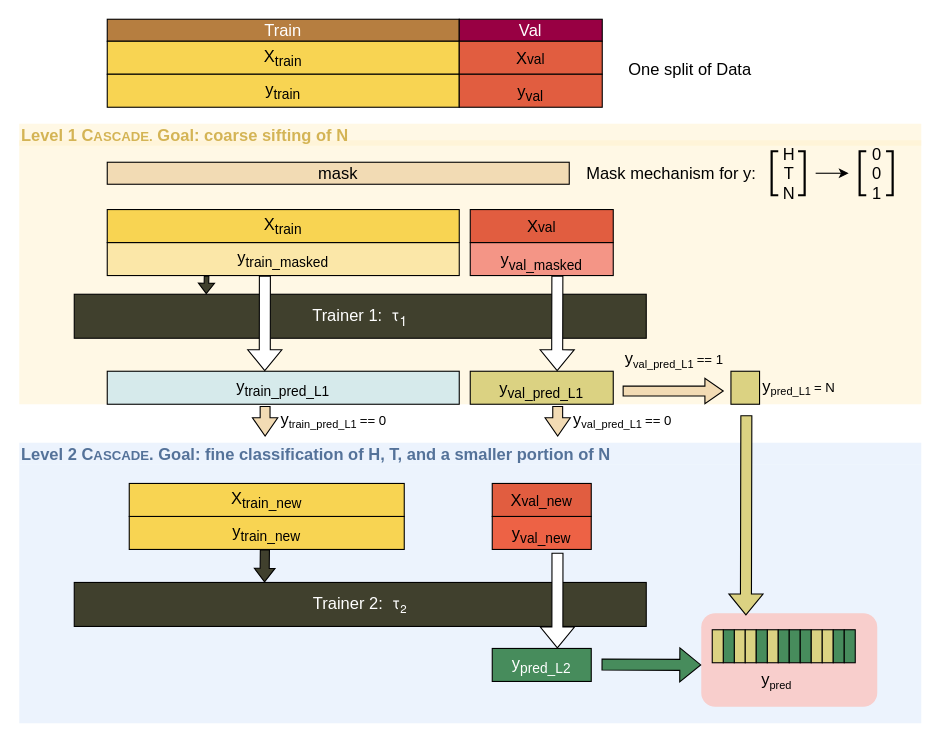
Earlier version of the draw.io diagram cascade.drawio (changgge/changgge). Source tidied: cells renumbered, new cells numbered last; positions are measured from the earlier drawing's top-left corner, leaving out a move shared by most shapes. Both pictures are drawn from the tidied source at 110%, with x=0, y=0 at pixel (19, 19).
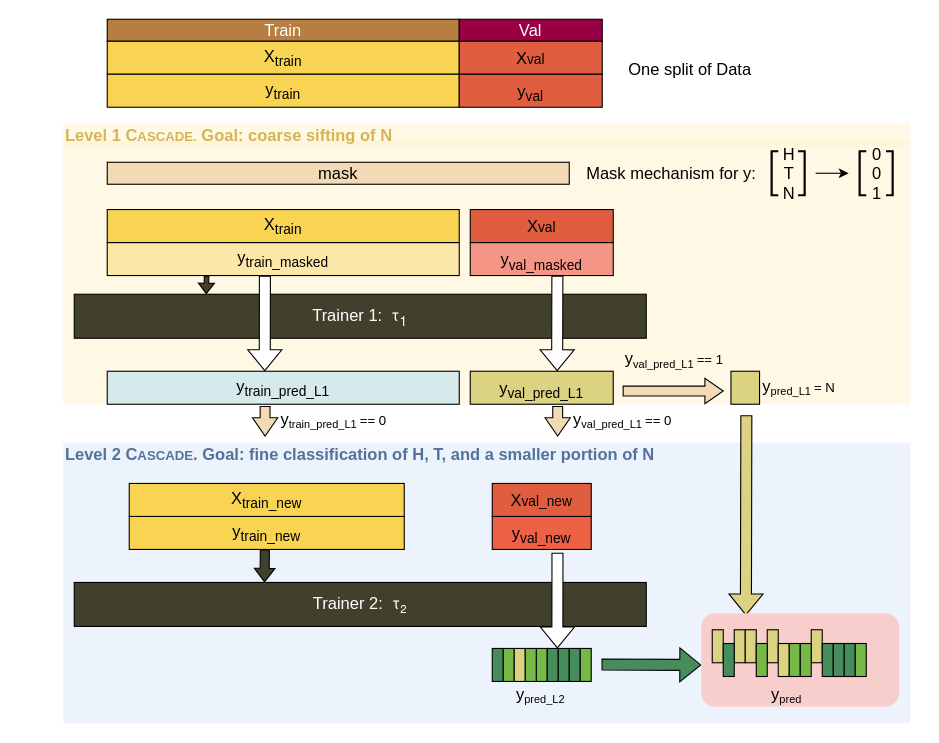
Above is the later version.

What changed in the source:
```diff
@@
     <mxCell id="2" style="rounded=1;whiteSpace=wrap;html=1;arcSize=0;fillColor=#dae8fc;strokeColor=none;opacity=50;" parent="1" vertex="1">
-      <mxGeometry y="405" width="820" height="235" as="geometry" />
+      <mxGeometry x="40" y="405" width="770" height="235" as="geometry" />
     </mxCell>
     <mxCell id="3" value="Level 2 C&lt;font&gt;&lt;font style=&quot;font-size: 12px;&quot;&gt;ASCADE&lt;/font&gt;. Goal: fine classification of H, T, and a smaller portion of N&lt;/font&gt;" style="text;html=1;align=left;verticalAlign=middle;whiteSpace=wrap;rounded=0;fillColor=#dae8fc;strokeColor=none;opacity=50;fontStyle=1;fontColor=#547299;fontSize=15;" parent="1" vertex="1">
-      <mxGeometry y="385" width="820" height="20" as="geometry" />
+      <mxGeometry x="40" y="385" width="770" height="20" as="geometry" />
     </mxCell>
     <mxCell id="4" style="rounded=1;whiteSpace=wrap;html=1;arcSize=0;fillColor=#fff2cc;strokeColor=none;opacity=50;" parent="1" vertex="1">
-      <mxGeometry y="110" width="820" height="240" as="geometry" />
+      <mxGeometry x="40" y="110" width="770" height="240" as="geometry" />
     </mxCell>
@@
-    <mxCell id="33" value="&lt;span style=&quot;font-size: 15px;&quot;&gt;y&lt;/span&gt;&lt;sub&gt;pred_L2&lt;/sub&gt;" style="rounded=0;whiteSpace=wrap;html=1;fillColor=#478C5C;fontColor=#FFFFFF;strokeColor=default;fontSize=15;" parent="1" vertex="1">
-      <mxGeometry x="430" y="572" width="90" height="30" as="geometry" />
+    <mxCell id="33" style="rounded=0;whiteSpace=wrap;html=1;fillColor=#478C5C;fontColor=#FFFFFF;strokeColor=default;fontSize=15;" parent="1" vertex="1">
+      <mxGeometry x="430" y="572" width="10" height="30" as="geometry" />
     </mxCell>
@@
-    <mxCell id="36" style="group;" parent="1" vertex="1">
-      <mxGeometry x="630" y="555" width="150" height="70" as="geometry" />
-    </mxCell>
-    <mxCell id="37" style="rounded=1;whiteSpace=wrap;html=1;strokeColor=none;fillColor=#F8CECC;" parent="36" vertex="1">
-      <mxGeometry x="-10" y="-15" width="160" height="85" as="geometry" />
-    </mxCell>
-    <mxCell id="38" style="rounded=0;whiteSpace=wrap;html=1;fillColor=#DBD282;fontColor=#000000;strokeColor=default;fontSize=15;" parent="36" vertex="1">
-      <mxGeometry x="20" width="10" height="30" as="geometry" />
-    </mxCell>
-    <mxCell id="39" style="rounded=0;whiteSpace=wrap;html=1;fillColor=#478C5C;fontColor=#FFFFFF;strokeColor=default;fontSize=15;" parent="36" vertex="1">
-      <mxGeometry x="10" width="10" height="30" as="geometry" />
-    </mxCell>
-    <mxCell id="40" style="rounded=0;whiteSpace=wrap;html=1;fillColor=#DBD282;fontColor=#000000;strokeColor=default;fontSize=15;" parent="36" vertex="1">
-      <mxGeometry x="30" width="10" height="30" as="geometry" />
-    </mxCell>
-    <mxCell id="41" style="rounded=0;whiteSpace=wrap;html=1;fillColor=#DBD282;fontColor=#000000;strokeColor=default;fontSize=15;" parent="36" vertex="1">
-      <mxGeometry x="50" width="10" height="30" as="geometry" />
-    </mxCell>
-    <mxCell id="42" style="rounded=0;whiteSpace=wrap;html=1;fillColor=#478C5C;fontColor=#FFFFFF;strokeColor=default;fontSize=15;" parent="36" vertex="1">
-      <mxGeometry x="40" width="10" height="30" as="geometry" />
-    </mxCell>
-    <mxCell id="43" style="rounded=0;whiteSpace=wrap;html=1;fillColor=#478C5C;fontColor=#FFFFFF;strokeColor=default;fontSize=15;" parent="36" vertex="1">
-      <mxGeometry x="60" width="10" height="30" as="geometry" />
-    </mxCell>
-    <mxCell id="44" style="rounded=0;whiteSpace=wrap;html=1;fillColor=#478C5C;fontColor=#FFFFFF;strokeColor=default;fontSize=15;" parent="36" vertex="1">
-      <mxGeometry x="70" width="10" height="30" as="geometry" />
-    </mxCell>
-    <mxCell id="45" style="rounded=0;whiteSpace=wrap;html=1;fillColor=#478C5C;fontColor=#FFFFFF;strokeColor=default;fontSize=15;" parent="36" vertex="1">
-      <mxGeometry x="80" width="10" height="30" as="geometry" />
-    </mxCell>
-    <mxCell id="46" style="rounded=0;whiteSpace=wrap;html=1;fillColor=#DBD282;fontColor=#000000;strokeColor=default;fontSize=15;" parent="36" vertex="1">
-      <mxGeometry x="90" width="10" height="30" as="geometry" />
-    </mxCell>
-    <mxCell id="47" style="rounded=0;whiteSpace=wrap;html=1;fillColor=#DBD282;fontColor=#000000;strokeColor=default;fontSize=15;" parent="36" vertex="1">
-      <mxGeometry x="100" width="10" height="30" as="geometry" />
-    </mxCell>
-    <mxCell id="48" style="rounded=0;whiteSpace=wrap;html=1;fillColor=#DBD282;fontColor=#000000;strokeColor=default;fontSize=15;" parent="36" vertex="1">
-      <mxGeometry width="10" height="30" as="geometry" />
-    </mxCell>
-    <mxCell id="49" style="rounded=0;whiteSpace=wrap;html=1;fillColor=#478C5C;fontColor=#FFFFFF;strokeColor=default;fontSize=15;" parent="36" vertex="1">
-      <mxGeometry x="110" width="10" height="30" as="geometry" />
-    </mxCell>
-    <mxCell id="50" style="rounded=0;whiteSpace=wrap;html=1;fillColor=#478C5C;fontColor=#FFFFFF;strokeColor=default;fontSize=15;" parent="36" vertex="1">
-      <mxGeometry x="120" width="10" height="30" as="geometry" />
-    </mxCell>
@@
     <mxCell id="63" value="Level 1 C&lt;font&gt;&lt;font style=&quot;font-size: 12px;&quot;&gt;ASCADE.&lt;/font&gt;&lt;/font&gt;&lt;font&gt;&amp;nbsp;Goal: coarse sifting of N &amp;nbsp;&lt;/font&gt;" style="text;html=1;align=left;verticalAlign=middle;whiteSpace=wrap;rounded=0;fillColor=#fff2cc;strokeColor=none;opacity=50;fontColor=#D4B455;fontStyle=1;fontSize=15;" parent="1" vertex="1">
-      <mxGeometry y="95" width="820" height="20" as="geometry" />
+      <mxGeometry x="40" y="95" width="770" height="20" as="geometry" />
     </mxCell>
@@
+    <mxCell id="66" value="&lt;span style=&quot;caret-color: rgb(255, 255, 255); font-family: Helvetica; font-size: 15px; font-style: normal; font-variant-caps: normal; font-weight: 400; letter-spacing: normal; text-align: center; text-indent: 0px; text-transform: none; white-space: normal; word-spacing: 0px; -webkit-text-stroke-width: 0px; text-decoration: none;&quot;&gt;y&lt;/span&gt;&lt;sub style=&quot;caret-color: rgb(255, 255, 255); font-family: Helvetica; font-style: normal; font-variant-caps: normal; font-weight: 400; letter-spacing: normal; text-align: center; text-indent: 0px; text-transform: none; white-space: normal; word-spacing: 0px; -webkit-text-stroke-width: 0px; text-decoration: none;&quot;&gt;pred_L2&lt;/sub&gt;" style="text;whiteSpace=wrap;html=1;fontColor=default;" parent="1" vertex="1">
+      <mxGeometry x="450" y="597.5" width="80" height="40" as="geometry" />
+    </mxCell>
+    <mxCell id="67" style="rounded=0;whiteSpace=wrap;html=1;fillColor=#76B947;fontColor=#FFFFFF;strokeColor=default;fontSize=15;" parent="1" vertex="1">
+      <mxGeometry x="440" y="572" width="10" height="30" as="geometry" />
+    </mxCell>
+    <mxCell id="68" style="rounded=0;whiteSpace=wrap;html=1;fillColor=#DBD282;fontColor=#000000;strokeColor=default;fontSize=15;" parent="1" vertex="1">
+      <mxGeometry x="450" y="572" width="10" height="30" as="geometry" />
+    </mxCell>
+    <mxCell id="69" style="rounded=0;whiteSpace=wrap;html=1;fillColor=#76B947;fontColor=#FFFFFF;strokeColor=default;fontSize=15;" parent="1" vertex="1">
+      <mxGeometry x="470" y="572" width="10" height="30" as="geometry" />
+    </mxCell>
+    <mxCell id="37" style="rounded=1;whiteSpace=wrap;html=1;strokeColor=none;fillColor=#F8CECC;" parent="1" vertex="1">
+      <mxGeometry x="620" y="540" width="180" height="85" as="geometry" />
+    </mxCell>
+    <mxCell id="38" style="rounded=0;whiteSpace=wrap;html=1;fillColor=#DBD282;fontColor=#000000;strokeColor=default;fontSize=15;" parent="1" vertex="1">
+      <mxGeometry x="650" y="555" width="10" height="30" as="geometry" />
+    </mxCell>
+    <mxCell id="40" style="rounded=0;whiteSpace=wrap;html=1;fillColor=#DBD282;fontColor=#000000;strokeColor=default;fontSize=15;" parent="1" vertex="1">
+      <mxGeometry x="660" y="555" width="10" height="30" as="geometry" />
+    </mxCell>
+    <mxCell id="41" style="rounded=0;whiteSpace=wrap;html=1;fillColor=#DBD282;fontColor=#000000;strokeColor=default;fontSize=15;" parent="1" vertex="1">
+      <mxGeometry x="680" y="555" width="10" height="30" as="geometry" />
+    </mxCell>
+    <mxCell id="47" style="rounded=0;whiteSpace=wrap;html=1;fillColor=#DBD282;fontColor=#000000;strokeColor=default;fontSize=15;" parent="1" vertex="1">
+      <mxGeometry x="720" y="555" width="10" height="30" as="geometry" />
+    </mxCell>
+    <mxCell id="48" style="rounded=0;whiteSpace=wrap;html=1;fillColor=#DBD282;fontColor=#000000;strokeColor=default;fontSize=15;" parent="1" vertex="1">
+      <mxGeometry x="630" y="555" width="10" height="30" as="geometry" />
+    </mxCell>
+    <mxCell id="70" style="rounded=0;whiteSpace=wrap;html=1;fillColor=#478C5C;fontColor=#FFFFFF;strokeColor=default;fontSize=15;" parent="1" vertex="1">
+      <mxGeometry x="480" y="572" width="10" height="30" as="geometry" />
+    </mxCell>
+    <mxCell id="71" style="rounded=0;whiteSpace=wrap;html=1;fillColor=#76B947;fontColor=#FFFFFF;strokeColor=default;fontSize=15;" parent="1" vertex="1">
+      <mxGeometry x="460" y="572" width="10" height="30" as="geometry" />
+    </mxCell>
+    <mxCell id="72" style="rounded=0;whiteSpace=wrap;html=1;fillColor=#478C5C;fontColor=#FFFFFF;strokeColor=default;fontSize=15;" parent="1" vertex="1">
+      <mxGeometry x="490" y="572" width="10" height="30" as="geometry" />
+    </mxCell>
+    <mxCell id="73" style="rounded=0;whiteSpace=wrap;html=1;fillColor=#478C5C;fontColor=#FFFFFF;strokeColor=default;fontSize=15;" parent="1" vertex="1">
+      <mxGeometry x="500" y="572" width="10" height="30" as="geometry" />
+    </mxCell>
+    <mxCell id="74" style="rounded=0;whiteSpace=wrap;html=1;fillColor=#76B947;fontColor=#FFFFFF;strokeColor=default;fontSize=15;" parent="1" vertex="1">
+      <mxGeometry x="510" y="572" width="10" height="30" as="geometry" />
+    </mxCell>
+    <mxCell id="75" style="rounded=0;whiteSpace=wrap;html=1;fillColor=#478C5C;fontColor=#FFFFFF;strokeColor=default;fontSize=15;" parent="1" vertex="1">
+      <mxGeometry x="640" y="567.5" width="10" height="30" as="geometry" />
+    </mxCell>
+    <mxCell id="76" style="rounded=0;whiteSpace=wrap;html=1;fillColor=#76B947;fontColor=#FFFFFF;strokeColor=default;fontSize=15;" parent="1" vertex="1">
+      <mxGeometry x="670" y="567.5" width="10" height="30" as="geometry" />
+    </mxCell>
+    <mxCell id="77" style="rounded=0;whiteSpace=wrap;html=1;fillColor=#DBD282;fontColor=#000000;strokeColor=default;fontSize=15;" parent="1" vertex="1">
+      <mxGeometry x="690" y="567.5" width="10" height="30" as="geometry" />
+    </mxCell>
+    <mxCell id="78" style="rounded=0;whiteSpace=wrap;html=1;fillColor=#76B947;fontColor=#FFFFFF;strokeColor=default;fontSize=15;" parent="1" vertex="1">
+      <mxGeometry x="700" y="567.5" width="10" height="30" as="geometry" />
+    </mxCell>
+    <mxCell id="79" style="rounded=0;whiteSpace=wrap;html=1;fillColor=#478C5C;fontColor=#FFFFFF;strokeColor=default;fontSize=15;" parent="1" vertex="1">
+      <mxGeometry x="730" y="567.5" width="10" height="30" as="geometry" />
+    </mxCell>
+    <mxCell id="80" style="rounded=0;whiteSpace=wrap;html=1;fillColor=#76B947;fontColor=#FFFFFF;strokeColor=default;fontSize=15;" parent="1" vertex="1">
+      <mxGeometry x="710" y="567.5" width="10" height="30" as="geometry" />
+    </mxCell>
+    <mxCell id="81" style="rounded=0;whiteSpace=wrap;html=1;fillColor=#478C5C;fontColor=#FFFFFF;strokeColor=default;fontSize=15;" parent="1" vertex="1">
+      <mxGeometry x="740" y="567.5" width="10" height="30" as="geometry" />
+    </mxCell>
+    <mxCell id="82" style="rounded=0;whiteSpace=wrap;html=1;fillColor=#478C5C;fontColor=#FFFFFF;strokeColor=default;fontSize=15;" parent="1" vertex="1">
+      <mxGeometry x="750" y="567.5" width="10" height="30" as="geometry" />
+    </mxCell>
+    <mxCell id="83" style="rounded=0;whiteSpace=wrap;html=1;fillColor=#76B947;fontColor=#FFFFFF;strokeColor=default;fontSize=15;" parent="1" vertex="1">
+      <mxGeometry x="760" y="567.5" width="10" height="30" as="geometry" />
+    </mxCell>
+    <mxCell id="84" value="&lt;span style=&quot;caret-color: rgb(255, 255, 255); font-family: Helvetica; font-size: 15px; font-style: normal; font-variant-caps: normal; font-weight: 400; letter-spacing: normal; text-align: center; text-indent: 0px; text-transform: none; white-space: normal; word-spacing: 0px; -webkit-text-stroke-width: 0px; text-decoration: none;&quot;&gt;y&lt;/span&gt;&lt;sub style=&quot;caret-color: rgb(255, 255, 255); font-family: Helvetica; font-style: normal; font-variant-caps: normal; font-weight: 400; letter-spacing: normal; text-align: center; text-indent: 0px; text-transform: none; white-space: normal; word-spacing: 0px; -webkit-text-stroke-width: 0px; text-decoration: none;&quot;&gt;pred&lt;/sub&gt;" style="text;whiteSpace=wrap;html=1;fontColor=default;" parent="1" vertex="1">
+      <mxGeometry x="682" y="597.5" width="46" height="40" as="geometry" />
+    </mxCell>
```
